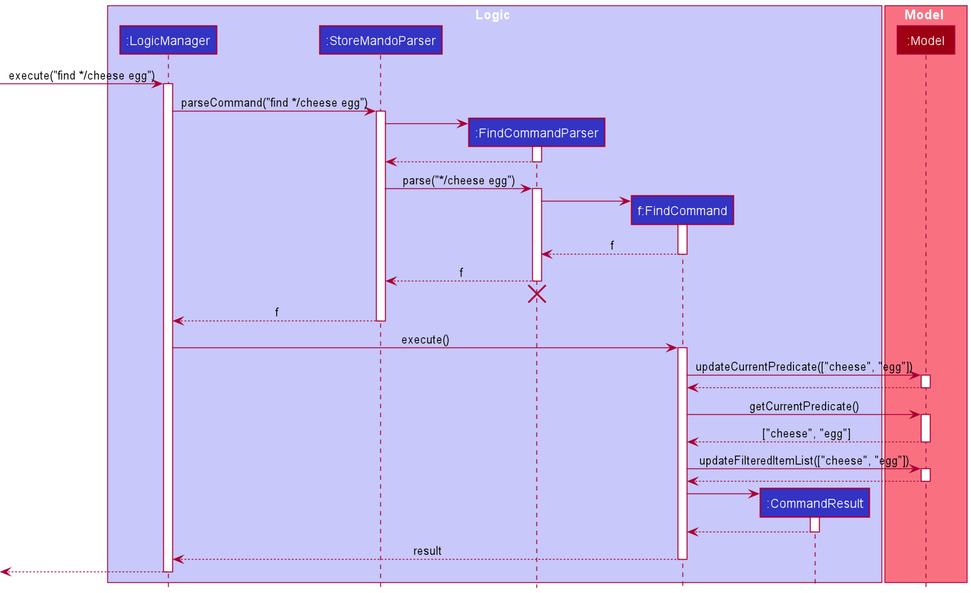
Above: docs/images/FindPartialSequenceDiagram.png in nus-cs2103-AY2021S2/tp (PlantUML), before the change. Its diagram source:
```plantuml
@startuml
!include style.puml

box Logic LOGIC_COLOR_T1
participant ":LogicManager" as LogicManager LOGIC_COLOR
participant ":StoreMandoParser" as StoreMandoParser LOGIC_COLOR
participant ":FindCommandParser" as FindCommandParser LOGIC_COLOR
participant "f:FindCommand" as FindCommand LOGIC_COLOR
participant ":CommandResult" as CommandResult LOGIC_COLOR
end box

box Model MODEL_COLOR_T1
participant ":Model" as Model MODEL_COLOR
end box

[-> LogicManager : execute("find */cheese egg")
activate LogicManager

LogicManager -> StoreMandoParser : parseCommand("find */cheese egg")
activate StoreMandoParser

create FindCommandParser
StoreMandoParser -> FindCommandParser
activate FindCommandParser

FindCommandParser --> StoreMandoParser
deactivate FindCommandParser

StoreMandoParser -> FindCommandParser : parse("*/cheese egg")
activate FindCommandParser

create FindCommand
FindCommandParser -> FindCommand
activate FindCommand

FindCommand --> FindCommandParser : f
deactivate FindCommand

FindCommandParser --> StoreMandoParser : f
deactivate FindCommandParser
FindCommandParser -[hidden]-> StoreMandoParser
destroy FindCommandParser

StoreMandoParser --> LogicManager : f
deactivate StoreMandoParser

LogicManager -> FindCommand : execute()
activate FindCommand

FindCommand -> Model : updateCurrentPredicate(["cheese", "egg"])
activate Model

Model --> FindCommand
deactivate Model

FindCommand -> Model : getCurrentPredicate()
activate Model

Model --> FindCommand : ["cheese", "egg"]
deactivate Model

FindCommand -> Model : updateFilteredItemList(["cheese", "egg"])
activate Model

Model --> FindCommand
deactivate Model

create CommandResult
FindCommand -> CommandResult
activate CommandResult

CommandResult --> FindCommand
deactivate CommandResult

FindCommand --> LogicManager : result
deactivate FindCommand

[<--LogicManager
deactivate LogicManager
@enduml
```
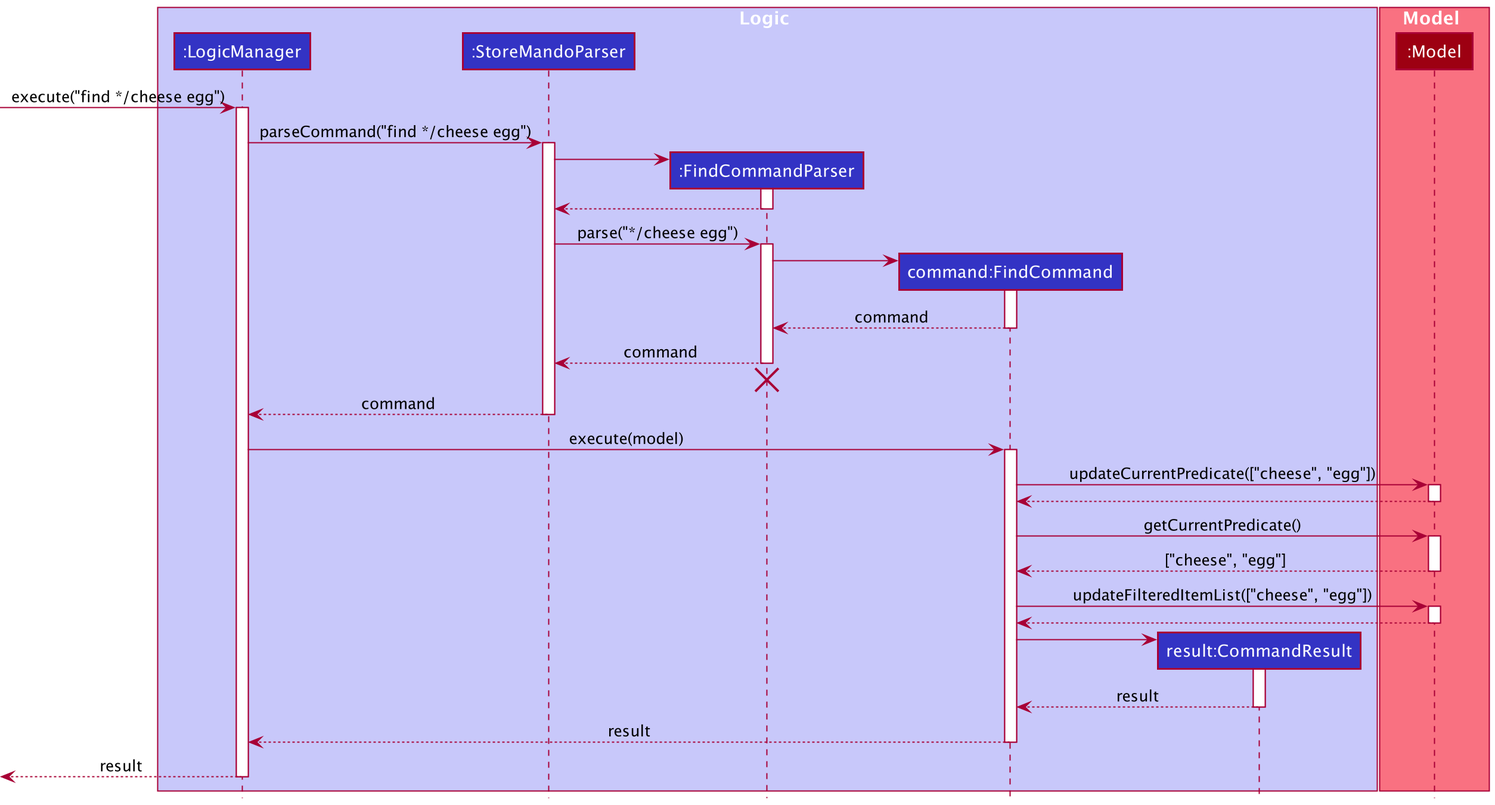
The same file after the commit.

Commit message:
edit sequence diagram and png files

Diff of the diagram source:
```diff
@@ -5,8 +5,8 @@
 participant ":LogicManager" as LogicManager LOGIC_COLOR
 participant ":StoreMandoParser" as StoreMandoParser LOGIC_COLOR
 participant ":FindCommandParser" as FindCommandParser LOGIC_COLOR
-participant "f:FindCommand" as FindCommand LOGIC_COLOR
-participant ":CommandResult" as CommandResult LOGIC_COLOR
+participant "command:FindCommand" as FindCommand LOGIC_COLOR
+participant "result:CommandResult" as CommandResult LOGIC_COLOR
 end box
 
 box Model MODEL_COLOR_T1
@@ -33,18 +33,18 @@
 FindCommandParser -> FindCommand
 activate FindCommand
 
-FindCommand --> FindCommandParser : f
+FindCommand --> FindCommandParser : command
 deactivate FindCommand
 
-FindCommandParser --> StoreMandoParser : f
+FindCommandParser --> StoreMandoParser : command
 deactivate FindCommandParser
 FindCommandParser -[hidden]-> StoreMandoParser
 destroy FindCommandParser
 
-StoreMandoParser --> LogicManager : f
+StoreMandoParser --> LogicManager : command
 deactivate StoreMandoParser
 
-LogicManager -> FindCommand : execute()
+LogicManager -> FindCommand : execute(model)
 activate FindCommand
 
 FindCommand -> Model : updateCurrentPredicate(["cheese", "egg"])
@@ -69,12 +69,12 @@
 FindCommand -> CommandResult
 activate CommandResult
 
-CommandResult --> FindCommand
+CommandResult --> FindCommand : result
 deactivate CommandResult
 
 FindCommand --> LogicManager : result
 deactivate FindCommand
 
-[<--LogicManager
+[<--LogicManager : result
 deactivate LogicManager
 @enduml
```
